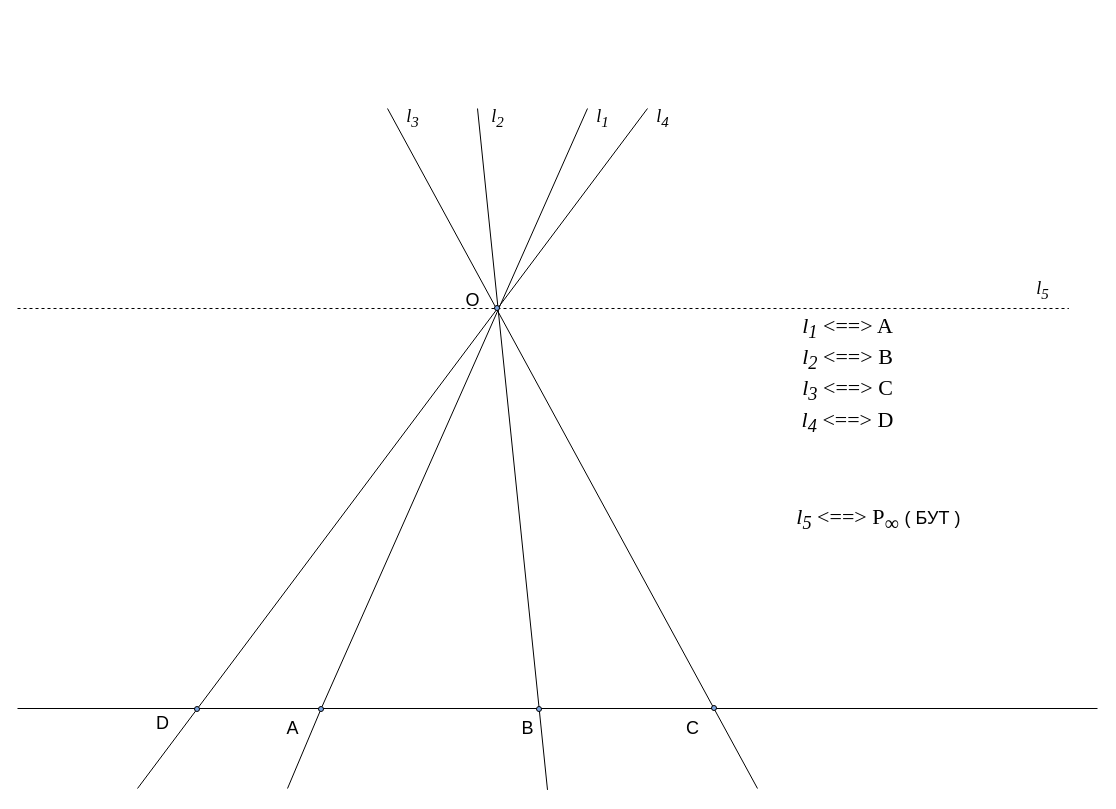
The draw.io diagram page "p07" (7 of 23) of slides/proj.drawio in amcp-pit/geom_course, before the edit. Source tidied: cells renumbered, new cells numbered last; positions are measured from the earlier drawing's top-left corner, leaving out a move shared by most shapes. Both pictures are drawn from the tidied source at 100%, with x=0, y=0 at pixel (17, 103).
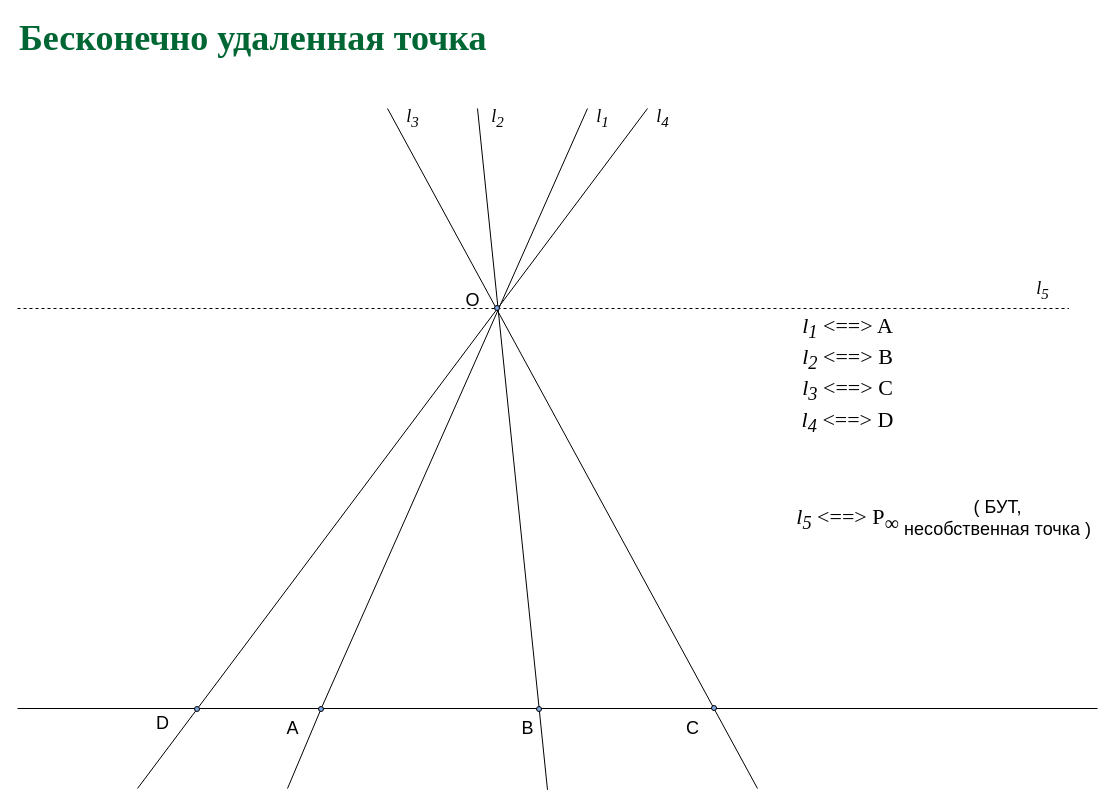
The same diagram, later.

Change to the diagram source:
```diff
@@
-    <mxCell id="26" value="&lt;font style=&quot;font-size: 18px&quot;&gt;( БУТ )&lt;/font&gt;" style="text;html=1;align=center;verticalAlign=middle;" parent="1" vertex="1">
-      <mxGeometry x="880" y="405" width="70" height="20" as="geometry" />
+    <mxCell id="26" value="&lt;font style=&quot;font-size: 18px&quot;&gt;( БУТ,&lt;br&gt;несобственная точка )&lt;/font&gt;" style="text;html=1;align=center;verticalAlign=middle;" parent="1" vertex="1">
+      <mxGeometry x="880" y="395" width="200" height="40" as="geometry" />
     </mxCell>
+    <mxCell id="27" value="&lt;font color=&quot;#006633&quot; face=&quot;garamond&quot;&gt;&lt;span style=&quot;font-size: 36px&quot;&gt;&lt;b&gt;Бесконечно удаленная точка&lt;/b&gt;&lt;/span&gt;&lt;/font&gt;" style="text;html=1;align=left;verticalAlign=middle;whiteSpace=wrap;rounded=0;" parent="1" vertex="1">
+      <mxGeometry y="-75" width="920" height="20" as="geometry" />
+    </mxCell>
```
